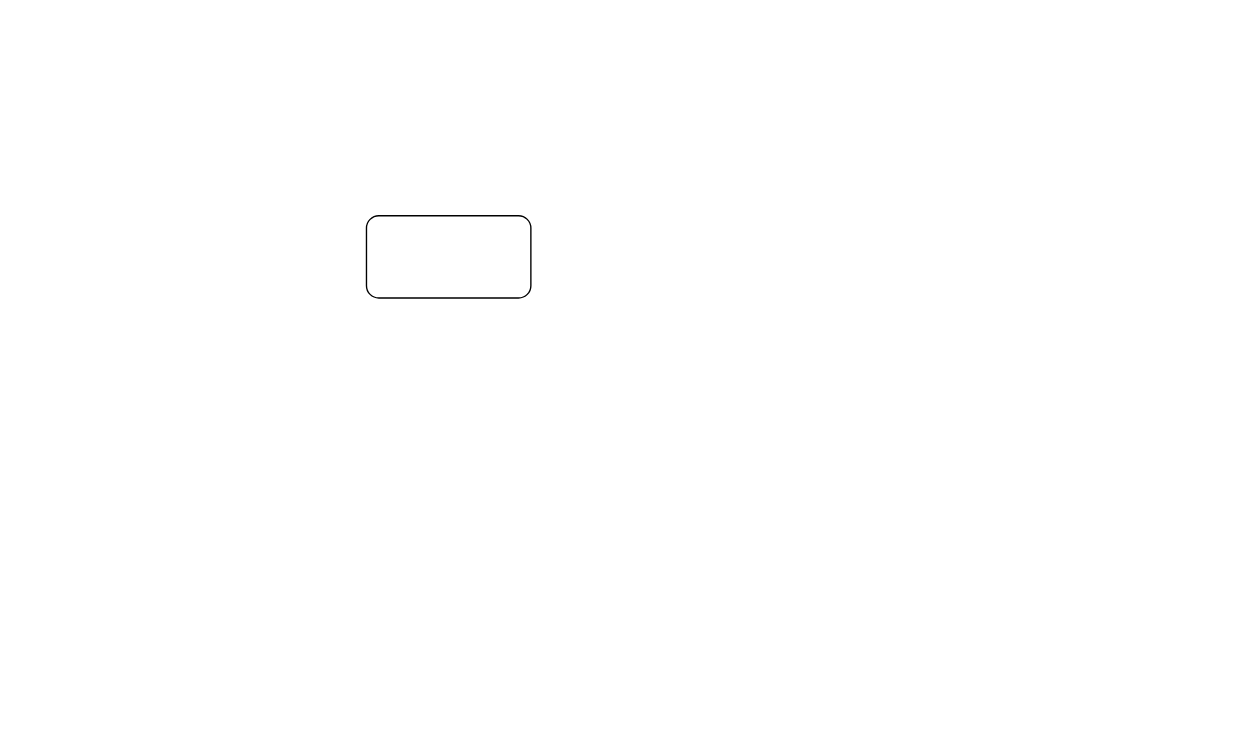
Before: page "API框架" (8 of 9) of App Automation 2.0.drawio in michellec2021/appium-demo, a draw.io diagram. Source tidied: cells renumbered, new cells numbered last; positions are measured from the earlier drawing's top-left corner, leaving out a move shared by most shapes. Both pictures are drawn from the tidied source at 137%, with x=0, y=0 at pixel (366, 215).
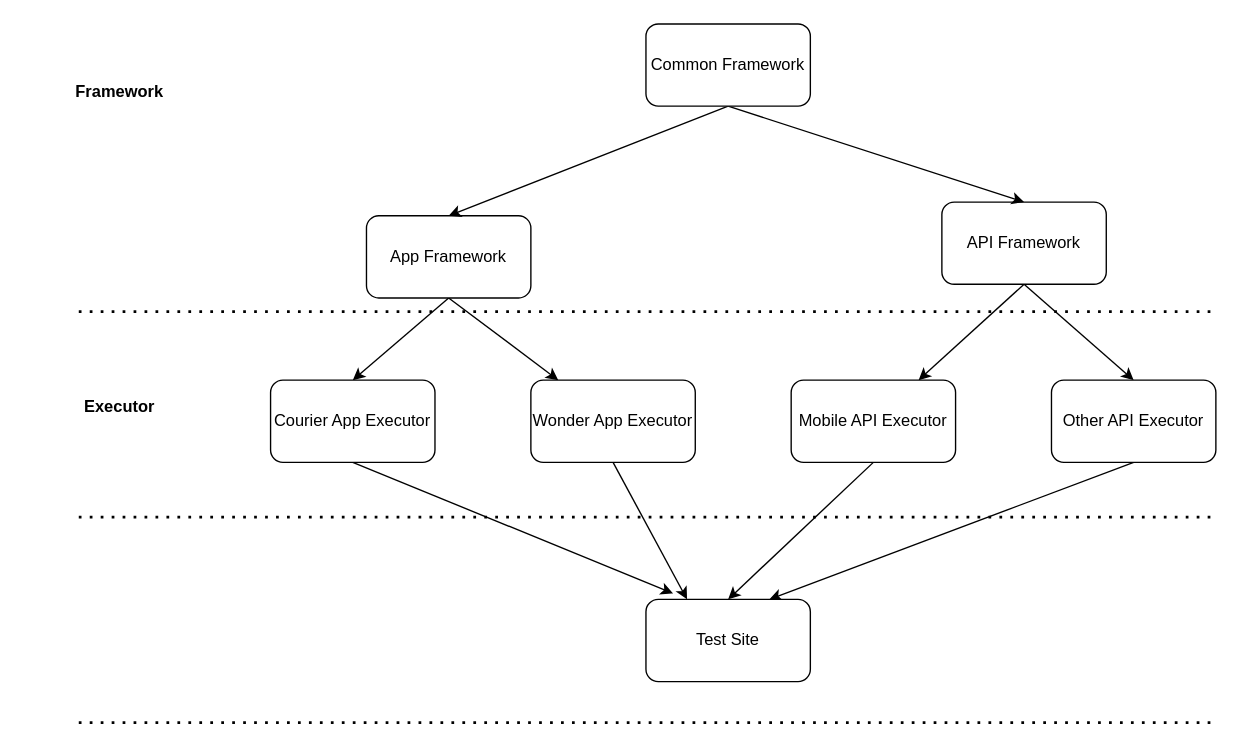
Above is the later version.

Diff of the diagram source:
```diff
@@
+    <mxCell id="3" style="rounded=0;jettySize=auto;html=1;exitX=0.5;exitY=1;exitDx=0;exitDy=0;entryX=0.5;entryY=0;entryDx=0;entryDy=0;" parent="1" edge="1" source="2" target="12">
+      <mxGeometry relative="1" as="geometry" />
+    </mxCell>
+    <mxCell id="4" style="rounded=0;jettySize=auto;html=1;exitX=0.5;exitY=1;exitDx=0;exitDy=0;" parent="1" edge="1" source="2" target="14">
+      <mxGeometry relative="1" as="geometry" />
+    </mxCell>
-    <mxCell id="2" style="rounded=1;whiteSpace=wrap;html=1;" parent="1" vertex="1">
+    <mxCell id="2" value="App Framework" style="rounded=1;whiteSpace=wrap;html=1;" parent="1" vertex="1">
       <mxGeometry width="120" height="60" as="geometry" />
     </mxCell>
+    <mxCell id="5" style="rounded=0;jettySize=auto;html=1;exitX=0.5;exitY=1;exitDx=0;exitDy=0;" parent="1" edge="1" source="7" target="16">
+      <mxGeometry relative="1" as="geometry" />
+    </mxCell>
+    <mxCell id="6" style="rounded=0;jettySize=auto;html=1;exitX=0.5;exitY=1;exitDx=0;exitDy=0;entryX=0.5;entryY=0;entryDx=0;entryDy=0;" parent="1" edge="1" source="7" target="18">
+      <mxGeometry relative="1" as="geometry" />
+    </mxCell>
+    <mxCell id="7" value="API Framework" style="rounded=1;whiteSpace=wrap;html=1;" parent="1" vertex="1">
+      <mxGeometry x="420" y="-10" width="120" height="60" as="geometry" />
+    </mxCell>
+    <mxCell id="8" style="rounded=0;jettySize=auto;html=1;exitX=0.5;exitY=1;exitDx=0;exitDy=0;entryX=0.5;entryY=0;entryDx=0;entryDy=0;" parent="1" edge="1" source="10" target="2">
+      <mxGeometry relative="1" as="geometry" />
+    </mxCell>
+    <mxCell id="9" style="rounded=0;jettySize=auto;html=1;exitX=0.5;exitY=1;exitDx=0;exitDy=0;entryX=0.5;entryY=0;entryDx=0;entryDy=0;" parent="1" edge="1" source="10" target="7">
+      <mxGeometry relative="1" as="geometry" />
+    </mxCell>
+    <mxCell id="10" value="Common Framework" style="rounded=1;whiteSpace=wrap;html=1;" parent="1" vertex="1">
+      <mxGeometry x="204" y="-140" width="120" height="60" as="geometry" />
+    </mxCell>
+    <mxCell id="11" style="rounded=0;jettySize=auto;html=1;exitX=0.5;exitY=1;exitDx=0;exitDy=0;entryX=0.165;entryY=-0.073;entryDx=0;entryDy=0;entryPerimeter=0;" parent="1" edge="1" source="12" target="24">
+      <mxGeometry relative="1" as="geometry" />
+    </mxCell>
+    <mxCell id="12" value="Courier App Executor" style="rounded=1;whiteSpace=wrap;html=1;" parent="1" vertex="1">
+      <mxGeometry x="-70" y="120" width="120" height="60" as="geometry" />
+    </mxCell>
+    <mxCell id="13" style="rounded=0;jettySize=auto;html=1;exitX=0.5;exitY=1;exitDx=0;exitDy=0;entryX=0.25;entryY=0;entryDx=0;entryDy=0;" parent="1" edge="1" source="14" target="24">
+      <mxGeometry relative="1" as="geometry" />
+    </mxCell>
+    <mxCell id="14" value="Wonder App Executor" style="rounded=1;whiteSpace=wrap;html=1;" parent="1" vertex="1">
+      <mxGeometry x="120" y="120" width="120" height="60" as="geometry" />
+    </mxCell>
+    <mxCell id="15" style="rounded=0;jettySize=auto;html=1;exitX=0.5;exitY=1;exitDx=0;exitDy=0;entryX=0.5;entryY=0;entryDx=0;entryDy=0;" parent="1" edge="1" source="16" target="24">
+      <mxGeometry relative="1" as="geometry" />
+    </mxCell>
+    <mxCell id="16" value="Mobile API Executor" style="rounded=1;whiteSpace=wrap;html=1;" parent="1" vertex="1">
+      <mxGeometry x="310" y="120" width="120" height="60" as="geometry" />
+    </mxCell>
+    <mxCell id="17" style="rounded=0;jettySize=auto;html=1;exitX=0.5;exitY=1;exitDx=0;exitDy=0;entryX=0.75;entryY=0;entryDx=0;entryDy=0;" parent="1" edge="1" source="18" target="24">
+      <mxGeometry relative="1" as="geometry" />
+    </mxCell>
+    <mxCell id="18" value="Other API Executor" style="rounded=1;whiteSpace=wrap;html=1;" parent="1" vertex="1">
+      <mxGeometry x="500" y="120" width="120" height="60" as="geometry" />
+    </mxCell>
+    <mxCell id="19" style="endArrow=none;dashed=1;html=1;dashPattern=1 3;strokeWidth=2;rounded=0;" parent="1" edge="1">
+      <mxGeometry relative="1" as="geometry">
+        <mxPoint x="-210" y="70" as="sourcePoint" />
+        <mxPoint x="620" y="70" as="targetPoint" />
+      </mxGeometry>
+    </mxCell>
+    <mxCell id="20" style="endArrow=none;dashed=1;html=1;dashPattern=1 3;strokeWidth=2;rounded=0;" parent="1" edge="1">
+      <mxGeometry relative="1" as="geometry">
+        <mxPoint x="-210" y="220" as="sourcePoint" />
+        <mxPoint x="620" y="220" as="targetPoint" />
+      </mxGeometry>
+    </mxCell>
+    <mxCell id="21" value="&lt;b&gt;Framework&lt;/b&gt;" style="text;html=1;strokeColor=none;fillColor=none;align=center;verticalAlign=middle;whiteSpace=wrap;rounded=0;" parent="1" vertex="1">
+      <mxGeometry x="-250" y="-140" width="140" height="100" as="geometry" />
+    </mxCell>
+    <mxCell id="22" value="&lt;b&gt;Executor&lt;/b&gt;" style="text;html=1;strokeColor=none;fillColor=none;align=center;verticalAlign=middle;whiteSpace=wrap;rounded=0;" parent="1" vertex="1">
+      <mxGeometry x="-250" y="90" width="140" height="100" as="geometry" />
+    </mxCell>
+    <mxCell id="23" style="endArrow=none;dashed=1;html=1;dashPattern=1 3;strokeWidth=2;rounded=0;" parent="1" edge="1">
+      <mxGeometry relative="1" as="geometry">
+        <mxPoint x="-210" y="370" as="sourcePoint" />
+        <mxPoint x="620" y="370" as="targetPoint" />
+      </mxGeometry>
+    </mxCell>
+    <mxCell id="24" value="Test Site" style="rounded=1;whiteSpace=wrap;html=1;" parent="1" vertex="1">
+      <mxGeometry x="204" y="280" width="120" height="60" as="geometry" />
+    </mxCell>
```
